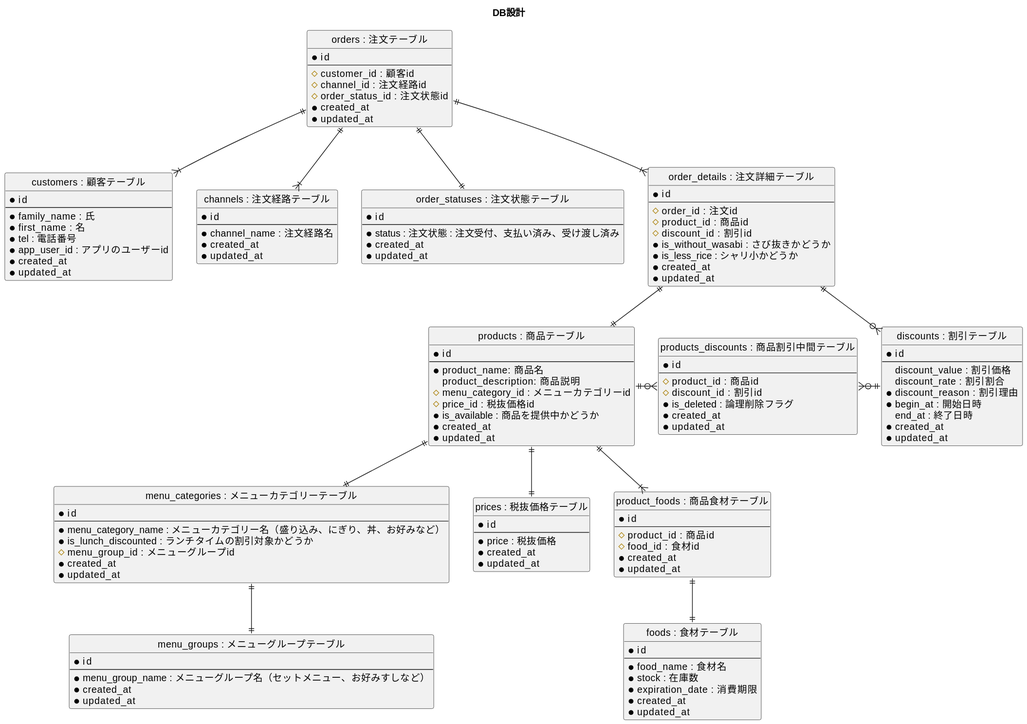
praha-inc/praha-challenge-7 keeps this PlantUML diagram as RSnHzWhxTB705z/01_データベース設計/01_DBモデリング1/01_01_03_er_diagram.svg. Above is the earlier version.
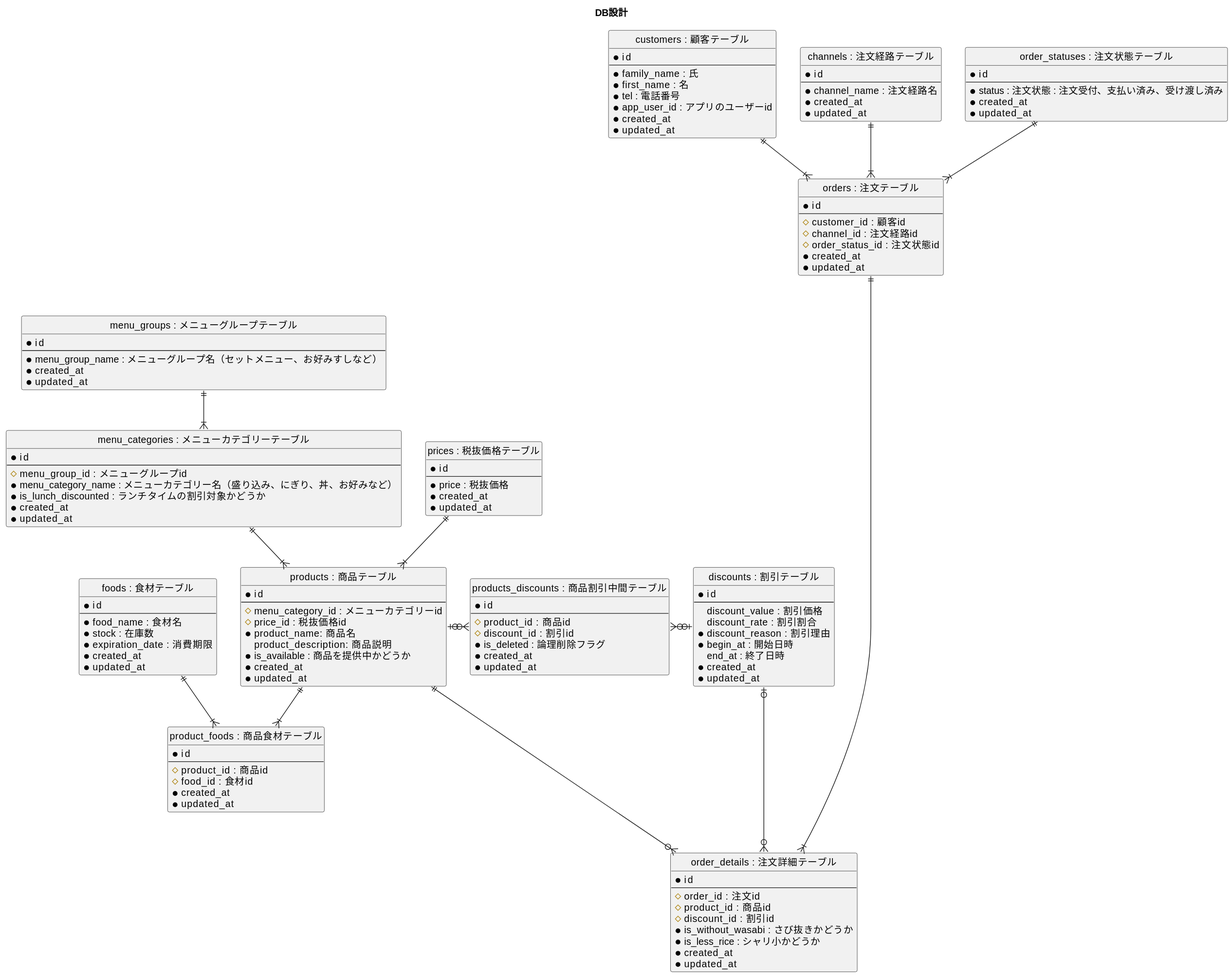
The same diagram one commit later.

Commit message:
[update] 01_DBモデリング1　課題3 ER図を修正（カーディナリティ、親子関係の位置）

Diff of the diagram source:
```diff
@@ -2,16 +2,6 @@
 hide circle
 
 title DB設計
-
-entity "orders : 注文テーブル" as orders {
-  *id
-  --
-  #customer_id : 顧客id
-  #channel_id : 注文経路id
-  #order_status_id : 注文状態id
-  *created_at
-  *updated_at
-}
 
 entity "customers : 顧客テーブル" as customers {
   *id
@@ -40,36 +30,12 @@
   *updated_at
 }
 
-entity "order_details : 注文詳細テーブル" as order_details {
+entity "orders : 注文テーブル" as orders {
   *id
   --
-  #order_id : 注文id
-  #product_id : 商品id
-  #discount_id : 割引id
-  *is_without_wasabi : さび抜きかどうか
-  *is_less_rice : シャリ小かどうか
-  *created_at
-  *updated_at
-}
-
-entity "products : 商品テーブル" as products {
-  *id
-  --
-  *product_name: 商品名
-  product_description: 商品説明
-  #menu_category_id : メニューカテゴリーid
-  #price_id : 税抜価格id
-  *is_available : 商品を提供中かどうか
-  *created_at
-  *updated_at
-}
-
-entity "menu_categories : メニューカテゴリーテーブル" as menu_categories {
-  *id
-  --
-  *menu_category_name : メニューカテゴリー名（盛り込み、にぎり、丼、お好みなど）
-  *is_lunch_discounted : ランチタイムの割引対象かどうか
-  #menu_group_id : メニューグループid
+  #customer_id : 顧客id
+  #channel_id : 注文経路id
+  #order_status_id : 注文状態id
   *created_at
   *updated_at
 }
@@ -82,10 +48,32 @@
   *updated_at
 }
 
+entity "menu_categories : メニューカテゴリーテーブル" as menu_categories {
+  *id
+  --
+  #menu_group_id : メニューグループid
+  *menu_category_name : メニューカテゴリー名（盛り込み、にぎり、丼、お好みなど）
+  *is_lunch_discounted : ランチタイムの割引対象かどうか
+  *created_at
+  *updated_at
+}
+
 entity "prices : 税抜価格テーブル" as prices {
   *id
   --
   *price : 税抜価格
+  *created_at
+  *updated_at
+}
+
+entity "products : 商品テーブル" as products {
+  *id
+  --
+  #menu_category_id : メニューカテゴリーid
+  #price_id : 税抜価格id
+  *product_name: 商品名
+  product_description: 商品説明
+  *is_available : 商品を提供中かどうか
   *created_at
   *updated_at
 }
@@ -112,15 +100,6 @@
   *updated_at
 }
 
-entity "product_foods : 商品食材テーブル" as product_foods {
-  *id
-  --
-  #product_id : 商品id
-  #food_id : 食材id
-  *created_at
-  *updated_at
-}
-
 entity "foods : 食材テーブル" as foods {
   *id
   --
@@ -131,22 +110,43 @@
   *updated_at
 }
 
-orders ||--|{ customers
-orders ||--|{ channels
-orders ||--|| order_statuses
-orders ||--|{ order_details
+entity "product_foods : 商品食材テーブル" as product_foods {
+  *id
+  --
+  #product_id : 商品id
+  #food_id : 食材id
+  *created_at
+  *updated_at
+}
 
-order_details ||--|| products
-order_details ||--o{ discounts
+entity "order_details : 注文詳細テーブル" as order_details {
+  *id
+  --
+  #order_id : 注文id
+  #product_id : 商品id
+  #discount_id : 割引id
+  *is_without_wasabi : さび抜きかどうか
+  *is_less_rice : シャリ小かどうか
+  *created_at
+  *updated_at
+}
 
-products ||--|| menu_categories
-products ||--|| prices
+customers ||--|{ orders
+channels ||--|{ orders
+order_statuses ||--|{ orders
+
+orders ||------|{ order_details
+products ||---o{ order_details
+discounts |o---o{ order_details
+
+menu_groups ||--|{ menu_categories
+
+menu_categories ||--|{ products
+prices ||--|{ products
+
+products |o-r-o{ products_discounts
+discounts |o-l-o{ products_discounts
+
 products ||--|{ product_foods
-
-products ||-r-o{ products_discounts
-discounts ||-l-o{ products_discounts
-
-menu_categories ||-d-|| menu_groups
-
-product_foods ||--|| foods
+foods ||--|{ product_foods
 @enduml
```
